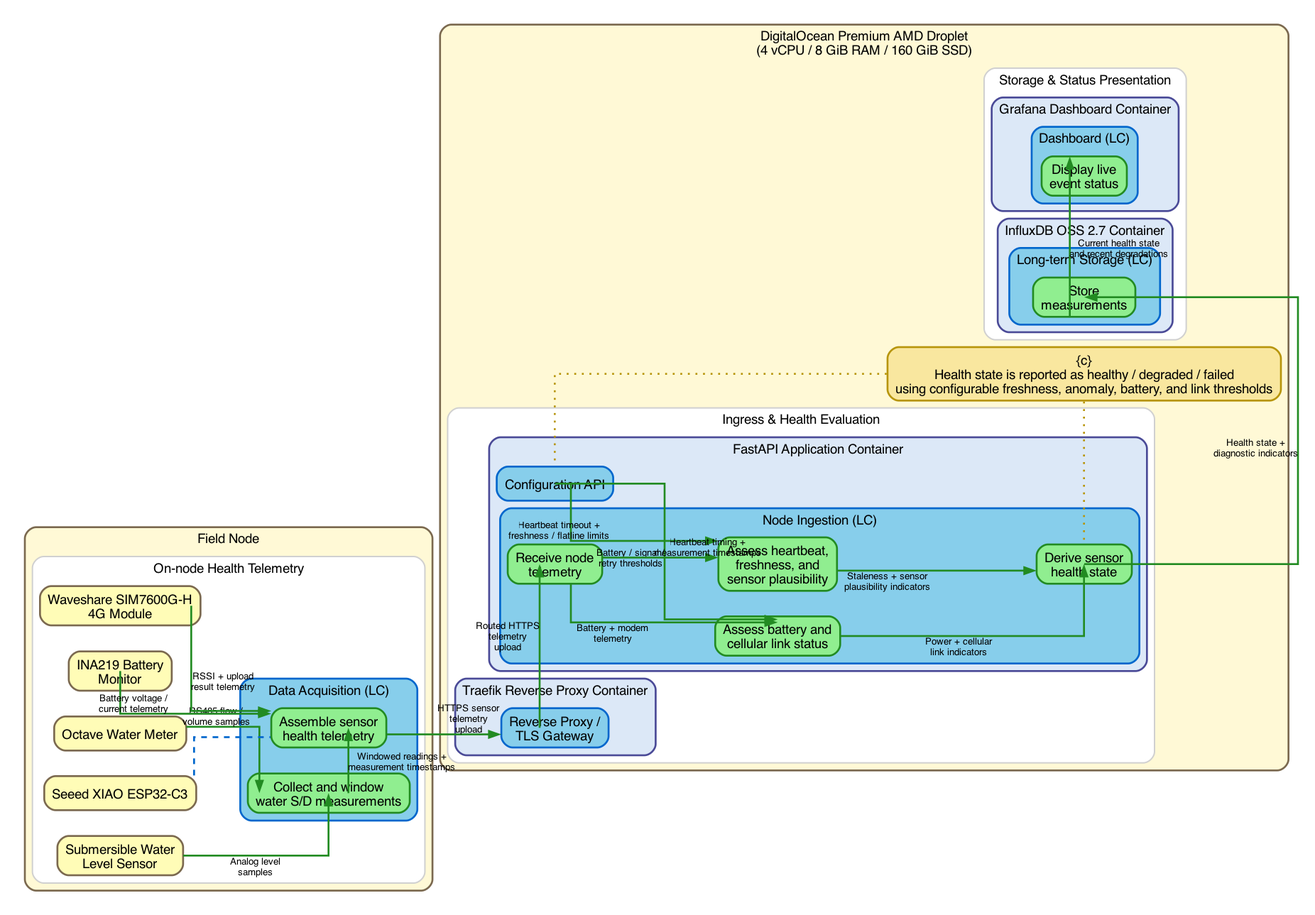
The Graphviz diagram se/PA/scenario_monitor_sensor_health.graphviz.png in DeltaLabo/ASADA_Paso_Ancho, before a commit. Its source is kept beside it as se/PA/scenario_monitor_sensor_health.dot. Source of this version:
```dot
digraph ScenarioMonitorSensorHealth {
  graph [
    rankdir=LR,
    splines=ortho,
    newrank=true,
    nodesep=0.38,
    ranksep=0.7,
    pad=0.25,
    compound=true,
    forcelabels=true,
    bgcolor="white",
    fontname="Helvetica"
  ];

  node [
    shape=box,
    style="rounded,filled",
    fillcolor="#FFFCB7",
    color="#7B694F",
    penwidth=2,
    fontname="Helvetica",
    margin="0.12,0.08"
  ];

  edge [
    color="#228B22",
    penwidth=2,
    fontname="Helvetica",
    fontsize=10
  ];

  subgraph cluster_field_node {
    label="Field Node";
    color="#7B694F";
    penwidth=2;
    style="rounded,filled";
    fillcolor="#FFF9D6";

    subgraph cluster_field_health {
      label="On-node Health Telemetry";
      color="#D0D0D0";
      penwidth=1.5;
      style="rounded,filled";
      fillcolor="white";

      octave [label="Octave Water Meter"];
      level_sensor [label="Submersible Water\nLevel Sensor"];
      ina219 [label="INA219 Battery\nMonitor"];
      lte_modem [label="Waveshare SIM7600G-H\n4G Module"];
      xiao [label="Seeed XIAO ESP32-C3"];

      subgraph cluster_da_lc {
        label="Data Acquisition (LC)";
        color="#0066CC";
        penwidth=2;
        style="rounded,filled";
        fillcolor="#87CEEB";

        LF_DA1 [label="Collect and window\nwater S/D measurements", fillcolor="#90EE90", color="#228B22"];
        LF_DA2 [label="Assemble sensor\nhealth telemetry", fillcolor="#90EE90", color="#228B22"];
      }

      { rank=same; octave; level_sensor; ina219; lte_modem; xiao; }
      { rank=same; LF_DA1; LF_DA2; }
      octave -> level_sensor [style=invis, weight=10];
      level_sensor -> ina219 [style=invis, weight=10];
      ina219 -> lte_modem [style=invis, weight=10];
      lte_modem -> xiao [style=invis, weight=10];
      xiao -> LF_DA1 [style=invis, weight=20];
      LF_DA1 -> LF_DA2 [style=invis, weight=15];
    }
  }

  subgraph cluster_server_host {
    label="DigitalOcean Premium AMD Droplet\n(4 vCPU / 8 GiB RAM / 160 GiB SSD)";
    color="#7B694F";
    penwidth=2;
    style="rounded,filled";
    fillcolor="#FFF9D6";

    subgraph cluster_ingress_policy {
      label="Ingress & Health Evaluation";
      color="#D0D0D0";
      penwidth=1.5;
      style="rounded,filled";
      fillcolor="white";

      subgraph cluster_traefik {
        label="Traefik Reverse Proxy Container";
        color="#4A4A97";
        penwidth=2;
        style="rounded,filled";
        fillcolor="#DCE8F7";

        lc_gateway [label="Reverse Proxy /\nTLS Gateway", fillcolor="#87CEEB", color="#0066CC"];
      }

      subgraph cluster_fastapi {
        label="FastAPI Application Container";
        color="#4A4A97";
        penwidth=2;
        style="rounded,filled";
        fillcolor="#DCE8F7";

        lc_config [label="Configuration API", fillcolor="#87CEEB", color="#0066CC"];

        subgraph cluster_ingest_lc {
          label="Node Ingestion (LC)";
          color="#0066CC";
          penwidth=2;
          style="rounded,filled";
          fillcolor="#87CEEB";

          LF_H_RX [label="Receive node\ntelemetry", fillcolor="#90EE90", color="#228B22"];
          LF_H_FRESH [label="Assess heartbeat,\nfreshness, and\nsensor plausibility", fillcolor="#90EE90", color="#228B22"];
          LF_H_POWER [label="Assess battery and\ncellular link status", fillcolor="#90EE90", color="#228B22"];
          LF_H_STATE [label="Derive sensor\nhealth state", fillcolor="#90EE90", color="#228B22"];
        }
      }
    }

    subgraph cluster_storage_status {
      label="Storage & Status Presentation";
      color="#D0D0D0";
      penwidth=1.5;
      style="rounded,filled";
      fillcolor="white";

      subgraph cluster_influxdb {
        label="InfluxDB OSS 2.7 Container";
        color="#4A4A97";
        penwidth=2;
        style="rounded,filled";
        fillcolor="#DCE8F7";

        subgraph cluster_lts_lc {
          label="Long-term Storage (LC)";
          color="#0066CC";
          penwidth=2;
          style="rounded,filled";
          fillcolor="#87CEEB";

          LF_LTS4 [label="Store\nmeasurements", fillcolor="#90EE90", color="#228B22"];
        }
      }

      subgraph cluster_grafana {
        label="Grafana Dashboard Container";
        color="#4A4A97";
        penwidth=2;
        style="rounded,filled";
        fillcolor="#DCE8F7";

        subgraph cluster_dashboard_lc {
          label="Dashboard (LC)";
          color="#0066CC";
          penwidth=2;
          style="rounded,filled";
          fillcolor="#87CEEB";

          LF_D_STATUS [label="Display live\nevent status", fillcolor="#90EE90", color="#228B22"];
        }
      }
    }

    policy_c [label="{c}\nHealth state is reported as healthy / degraded / failed\nusing configurable freshness, anomaly, battery, and link thresholds", fillcolor="#F9E79F", color="#B7950B"];

    { rank=same; lc_gateway; lc_config; LF_H_RX; }
    { rank=same; LF_H_FRESH; LF_H_POWER; }
    { rank=same; LF_H_STATE; LF_LTS4; LF_D_STATUS; policy_c; }

    lc_gateway -> lc_config [style=invis, weight=8];
    lc_config -> LF_H_RX [style=invis, weight=8];
    LF_H_RX -> LF_H_FRESH [style=invis, weight=20];
    LF_H_FRESH -> LF_H_STATE [style=invis, weight=20];
    LF_LTS4 -> LF_D_STATUS [style=invis, weight=12];
    LF_D_STATUS -> policy_c [style=invis, weight=8];
  }

  octave:e -> LF_DA1:w [xlabel="RS485 flow /\nvolume samples"];
  level_sensor:e -> LF_DA1:w [xlabel="Analog level\nsamples"];
  ina219:e -> LF_DA2:w [xlabel="Battery voltage /\ncurrent telemetry"];
  lte_modem:e -> LF_DA2:w [xlabel="RSSI + upload\nresult telemetry"];
  xiao -> LF_DA2 [style=dashed, arrowhead=none, color="#0066CC", constraint=false];
  LF_DA1:e -> LF_DA2:w [xlabel="Windowed readings +\nmeasurement timestamps"];
  LF_DA2:e -> lc_gateway:w [xlabel="HTTPS sensor\ntelemetry\nupload"];
  lc_gateway:e -> LF_H_RX:w [xlabel="Routed HTTPS\ntelemetry\nupload"];
  LF_H_RX:e -> LF_H_FRESH:w [xlabel="Heartbeat timing +\nmeasurement timestamps"];
  LF_H_RX:s -> LF_H_POWER:n [xlabel="Battery + modem\ntelemetry"];
  lc_config:e -> LF_H_FRESH:w [xlabel="Heartbeat timeout +\nfreshness / flatline limits"];
  lc_config:s -> LF_H_POWER:n [xlabel="Battery / signal /\nretry thresholds"];
  LF_H_FRESH:e -> LF_H_STATE:w [xlabel="Staleness + sensor\nplausibility indicators"];
  LF_H_POWER:e -> LF_H_STATE:w [xlabel="Power + cellular\nlink indicators"];
  LF_H_STATE:s -> LF_LTS4:n [xlabel="Health state +\ndiagnostic indicators"];
  LF_LTS4:s -> LF_D_STATUS:n [xlabel="Current health state\nand recent degradations"];

  policy_c -> LF_H_STATE [style=dotted, arrowhead=none, color="#B7950B", constraint=false];
  policy_c -> lc_config [style=dotted, arrowhead=none, color="#B7950B", constraint=false];
}
```
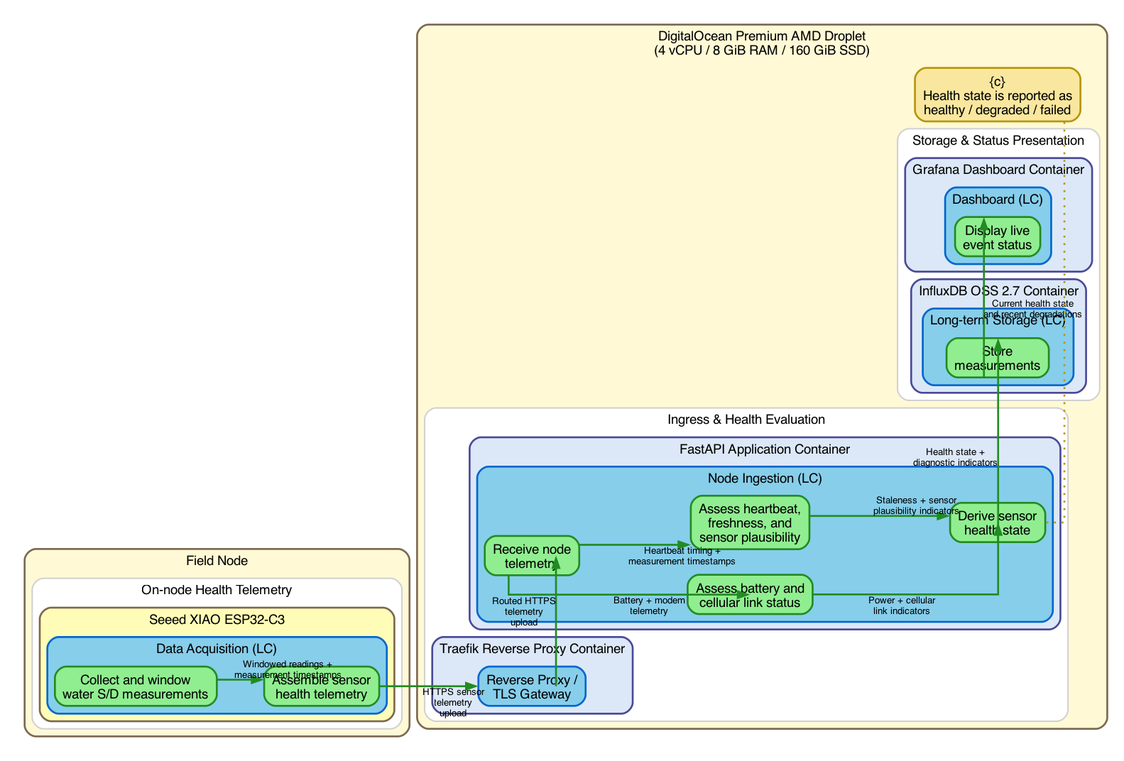
Later version of the same file.

Change to the diagram source:
```diff
@@ -43,31 +43,26 @@
       style="rounded,filled";
       fillcolor="white";
 
-      octave [label="Octave Water Meter"];
-      level_sensor [label="Submersible Water\nLevel Sensor"];
-      ina219 [label="INA219 Battery\nMonitor"];
-      lte_modem [label="Waveshare SIM7600G-H\n4G Module"];
-      xiao [label="Seeed XIAO ESP32-C3"];
-
-      subgraph cluster_da_lc {
-        label="Data Acquisition (LC)";
-        color="#0066CC";
+      subgraph cluster_xiao {
+        label="Seeed XIAO ESP32-C3";
+        color="#7B694F";
         penwidth=2;
         style="rounded,filled";
-        fillcolor="#87CEEB";
+        fillcolor="#FFFCB7";
 
-        LF_DA1 [label="Collect and window\nwater S/D measurements", fillcolor="#90EE90", color="#228B22"];
-        LF_DA2 [label="Assemble sensor\nhealth telemetry", fillcolor="#90EE90", color="#228B22"];
+        subgraph cluster_da_lc {
+          label="Data Acquisition (LC)";
+          color="#0066CC";
+          penwidth=2;
+          style="rounded,filled";
+          fillcolor="#87CEEB";
+
+          LF_DA1 [label="Collect and window\nwater S/D measurements", fillcolor="#90EE90", color="#228B22"];
+          LF_DA2 [label="Assemble sensor\nhealth telemetry", fillcolor="#90EE90", color="#228B22"];
+
+          LF_DA1 -> LF_DA2 [style=invis, weight=15];
+        }
       }
-
-      { rank=same; octave; level_sensor; ina219; lte_modem; xiao; }
-      { rank=same; LF_DA1; LF_DA2; }
-      octave -> level_sensor [style=invis, weight=10];
-      level_sensor -> ina219 [style=invis, weight=10];
-      ina219 -> lte_modem [style=invis, weight=10];
-      lte_modem -> xiao [style=invis, weight=10];
-      xiao -> LF_DA1 [style=invis, weight=20];
-      LF_DA1 -> LF_DA2 [style=invis, weight=15];
     }
   }
 
@@ -101,8 +96,6 @@
         penwidth=2;
         style="rounded,filled";
         fillcolor="#DCE8F7";
-
-        lc_config [label="Configuration API", fillcolor="#87CEEB", color="#0066CC"];
 
         subgraph cluster_ingest_lc {
           label="Node Ingestion (LC)";
@@ -163,37 +156,28 @@
       }
     }
 
-    policy_c [label="{c}\nHealth state is reported as healthy / degraded / failed\nusing configurable freshness, anomaly, battery, and link thresholds", fillcolor="#F9E79F", color="#B7950B"];
+    policy_c [label="{c}\nHealth state is reported as\nhealthy / degraded / failed", fillcolor="#F9E79F", color="#B7950B"];
 
-    { rank=same; lc_gateway; lc_config; LF_H_RX; }
+    { rank=same; lc_gateway; LF_H_RX; }
     { rank=same; LF_H_FRESH; LF_H_POWER; }
     { rank=same; LF_H_STATE; LF_LTS4; LF_D_STATUS; policy_c; }
 
-    lc_gateway -> lc_config [style=invis, weight=8];
-    lc_config -> LF_H_RX [style=invis, weight=8];
+    lc_gateway -> LF_H_RX [style=invis, weight=20];
     LF_H_RX -> LF_H_FRESH [style=invis, weight=20];
     LF_H_FRESH -> LF_H_STATE [style=invis, weight=20];
     LF_LTS4 -> LF_D_STATUS [style=invis, weight=12];
     LF_D_STATUS -> policy_c [style=invis, weight=8];
   }
 
-  octave:e -> LF_DA1:w [xlabel="RS485 flow /\nvolume samples"];
-  level_sensor:e -> LF_DA1:w [xlabel="Analog level\nsamples"];
-  ina219:e -> LF_DA2:w [xlabel="Battery voltage /\ncurrent telemetry"];
-  lte_modem:e -> LF_DA2:w [xlabel="RSSI + upload\nresult telemetry"];
-  xiao -> LF_DA2 [style=dashed, arrowhead=none, color="#0066CC", constraint=false];
   LF_DA1:e -> LF_DA2:w [xlabel="Windowed readings +\nmeasurement timestamps"];
   LF_DA2:e -> lc_gateway:w [xlabel="HTTPS sensor\ntelemetry\nupload"];
   lc_gateway:e -> LF_H_RX:w [xlabel="Routed HTTPS\ntelemetry\nupload"];
   LF_H_RX:e -> LF_H_FRESH:w [xlabel="Heartbeat timing +\nmeasurement timestamps"];
   LF_H_RX:s -> LF_H_POWER:n [xlabel="Battery + modem\ntelemetry"];
-  lc_config:e -> LF_H_FRESH:w [xlabel="Heartbeat timeout +\nfreshness / flatline limits"];
-  lc_config:s -> LF_H_POWER:n [xlabel="Battery / signal /\nretry thresholds"];
   LF_H_FRESH:e -> LF_H_STATE:w [xlabel="Staleness + sensor\nplausibility indicators"];
   LF_H_POWER:e -> LF_H_STATE:w [xlabel="Power + cellular\nlink indicators"];
   LF_H_STATE:s -> LF_LTS4:n [xlabel="Health state +\ndiagnostic indicators"];
   LF_LTS4:s -> LF_D_STATUS:n [xlabel="Current health state\nand recent degradations"];
 
   policy_c -> LF_H_STATE [style=dotted, arrowhead=none, color="#B7950B", constraint=false];
-  policy_c -> lc_config [style=dotted, arrowhead=none, color="#B7950B", constraint=false];
 }
```
